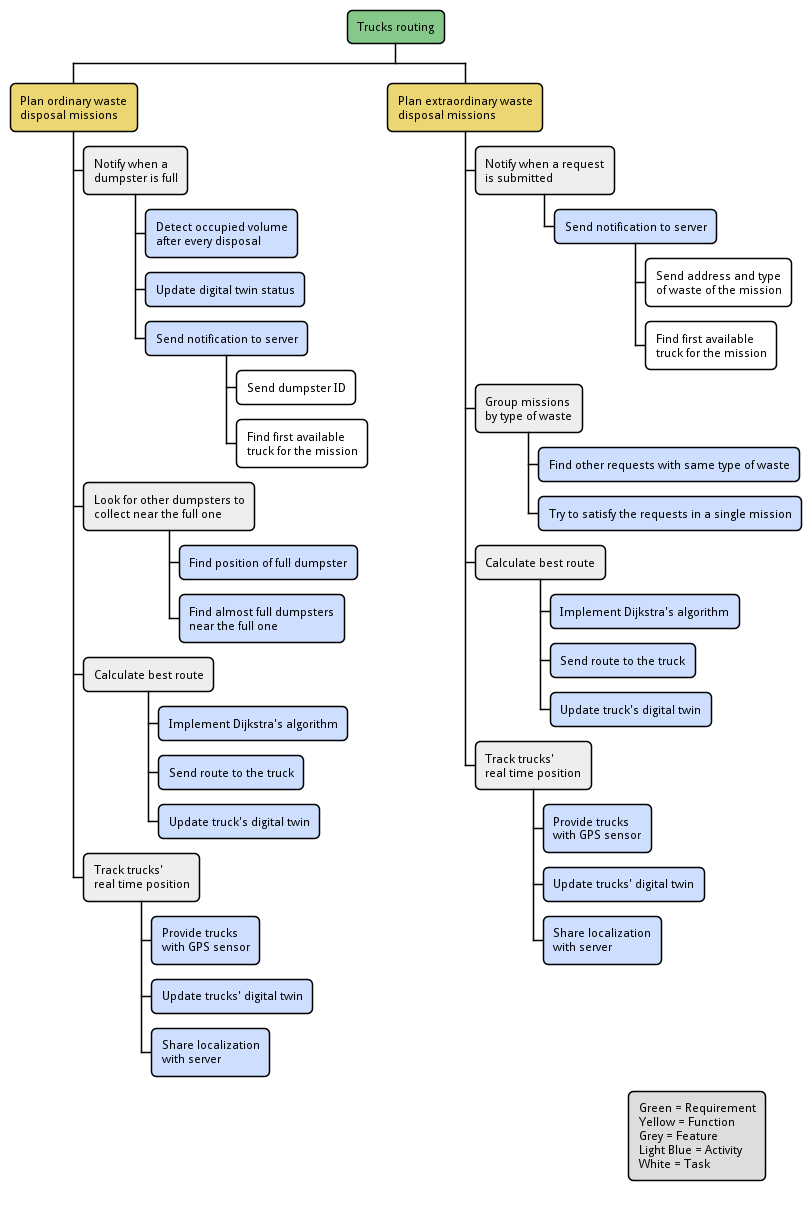
Above: uml/wbs-trucks-routing.pm.png in SmartWasteCollection/project-management (PlantUML), before the change. Its diagram source:
```plantuml
@startwbs
!include ../metamodels/work-breakdown.iuml

requirement(Trucks routing)

function(Plan ordinary waste\ndisposal missions)
feature(Notify when a\ndumpster is full)
activity(Detect occupied volume\nafter every disposal)
activity(Update digital twin status)
activity(Send notification to server)
task(Send dumpster ID)
task(Find first available\ntruck for the mission)
feature(Look for other dumpsters to\ncollect near the full one)
activity(Find position of full dumpster)
activity(Find almost full dumpsters\nnear the full one)
feature(Calculate best route)
activity(Implement Dijkstra's algorithm)
activity(Send route to the truck)
activity(Update truck's digital twin)
feature(Track trucks'\nreal time position)
activity(Provide trucks\nwith GPS sensor)
activity(Update trucks' digital twin)
activity(Share localization\nwith server)

function(Plan extraordinary waste\ndisposal missions)
feature(Notify when a request\nis submitted)
activity(Send notification to server)
task(Send address and type\nof waste of the mission)
task(Find first available\ntruck for the mission)
feature(Group missions\nby type of waste)
activity(Find other requests with same type of waste)
activity(Try to satisfy the requests in a single mission)
feature(Calculate best route)
activity(Implement Dijkstra's algorithm)
activity(Send route to the truck)
activity(Update truck's digital twin)
feature(Track trucks'\nreal time position)
activity(Provide trucks\nwith GPS sensor)
activity(Update trucks' digital twin)
activity(Share localization\nwith server)

@endwbs
```
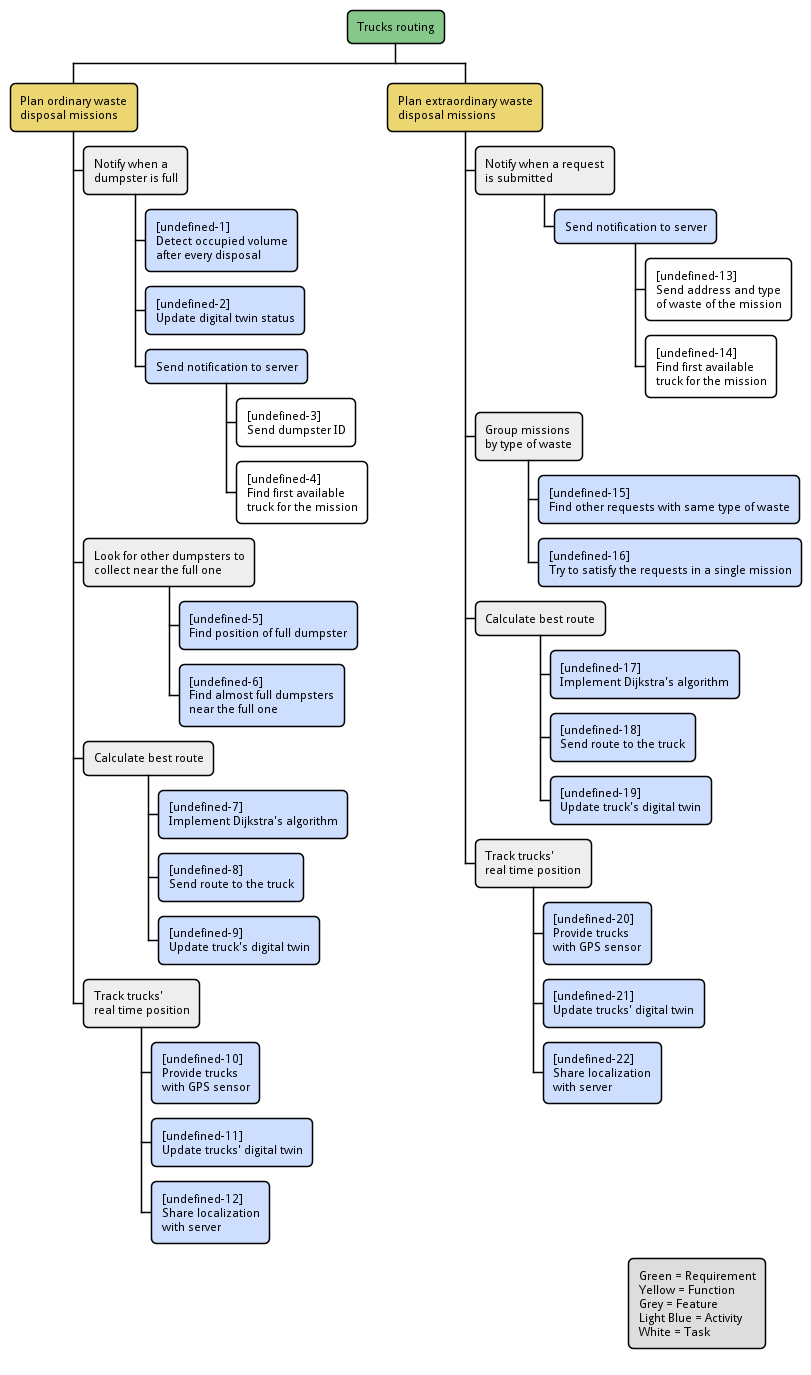
The same file after the commit.

Diff of the diagram source:
```diff
@@ -1,26 +1,27 @@
 @startwbs
 !include ../metamodels/work-breakdown.iuml
+!$title = TR
 
 requirement(Trucks routing)
 
 function(Plan ordinary waste\ndisposal missions)
 feature(Notify when a\ndumpster is full)
-activity(Detect occupied volume\nafter every disposal)
-activity(Update digital twin status)
+activity(Detect occupied volume\nafter every disposal,)
+activity(Update digital twin status, )
 activity(Send notification to server)
 task(Send dumpster ID)
 task(Find first available\ntruck for the mission)
 feature(Look for other dumpsters to\ncollect near the full one)
-activity(Find position of full dumpster)
-activity(Find almost full dumpsters\nnear the full one)
+activity(Find position of full dumpster,)
+activity(Find almost full dumpsters\nnear the full one,)
 feature(Calculate best route)
-activity(Implement Dijkstra's algorithm)
-activity(Send route to the truck)
-activity(Update truck's digital twin)
+activity(Implement Dijkstra's algorithm,)
+activity(Send route to the truck,)
+activity(Update truck's digital twin,)
 feature(Track trucks'\nreal time position)
-activity(Provide trucks\nwith GPS sensor)
-activity(Update trucks' digital twin)
-activity(Share localization\nwith server)
+activity(Provide trucks\nwith GPS sensor,)
+activity(Update trucks' digital twin,)
+activity(Share localization\nwith server,)
 
 function(Plan extraordinary waste\ndisposal missions)
 feature(Notify when a request\nis submitted)
@@ -28,15 +29,15 @@
 task(Send address and type\nof waste of the mission)
 task(Find first available\ntruck for the mission)
 feature(Group missions\nby type of waste)
-activity(Find other requests with same type of waste)
-activity(Try to satisfy the requests in a single mission)
+activity(Find other requests with same type of waste,)
+activity(Try to satisfy the requests in a single mission,)
 feature(Calculate best route)
-activity(Implement Dijkstra's algorithm)
-activity(Send route to the truck)
-activity(Update truck's digital twin)
+activity(Implement Dijkstra's algorithm,)
+activity(Send route to the truck,)
+activity(Update truck's digital twin,)
 feature(Track trucks'\nreal time position)
-activity(Provide trucks\nwith GPS sensor)
-activity(Update trucks' digital twin)
-activity(Share localization\nwith server)
+activity(Provide trucks\nwith GPS sensor,)
+activity(Update trucks' digital twin,)
+activity(Share localization\nwith server,)
 
 @endwbs
```
